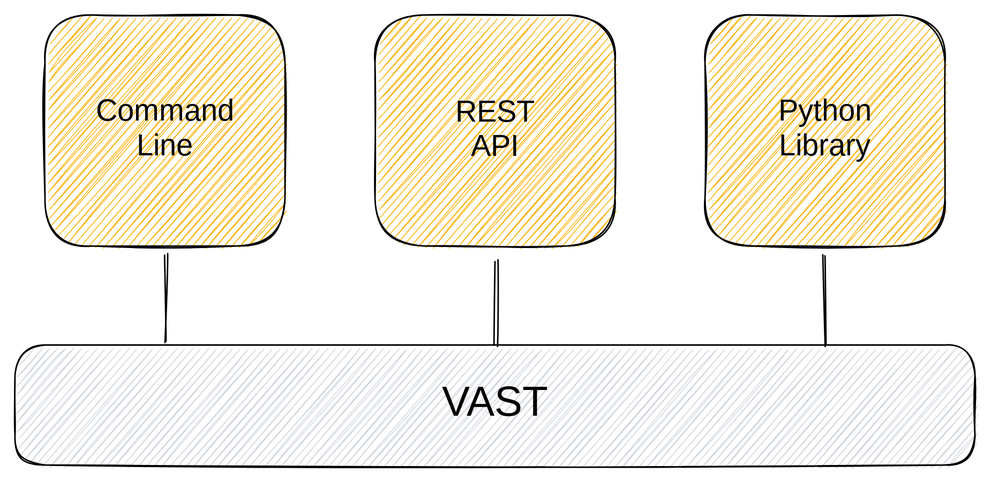
Above: web/docs/use/interfaces.excalidraw.svg in tenzir/tenzir (Excalidraw), before the change. Source tidied: one line per element, renumbered; positions are measured from the earlier drawing's top-left corner, leaving out a move shared by most shapes. Source of this version:
```json
{"id": 0, "type": "rectangle", "strokeColor": "#000000", "backgroundColor": "#ced4da", "fillStyle": "hachure", "strokeWidth": 1, "roughness": 1, "round": true, "x": 0, "y": 220, "width": 640, "height": 80}
{"id": 1, "type": "text", "text": "VAST", "strokeColor": "#000000", "backgroundColor": "#ced4da", "fillStyle": "hachure", "strokeWidth": 1, "roughness": 1, "fontSize": 28, "fontFamily": 1, "textAlign": "center", "verticalAlign": "middle", "inside": 0, "x": 283, "y": 242, "width": 74, "height": 36}
{"id": 2, "type": "arrow", "strokeColor": "#000000", "backgroundColor": "#fab005", "fillStyle": "hachure", "strokeWidth": 1, "roughness": 1, "round": true, "from": 5, "to": 0, "x": 100, "y": 160, "width": 0, "height": 58, "points": [[0, 0], [0, 58]]}
{"id": 3, "type": "arrow", "strokeColor": "#000000", "backgroundColor": "#fab005", "fillStyle": "hachure", "strokeWidth": 1, "roughness": 1, "round": true, "from": 7, "x": 320, "y": 165, "width": 0, "height": 56, "points": [[0, 0], [0, 56]]}
{"id": 4, "type": "arrow", "strokeColor": "#000000", "backgroundColor": "#fab005", "fillStyle": "hachure", "strokeWidth": 1, "roughness": 1, "round": true, "from": 9, "to": 0, "x": 540, "y": 160, "width": 0, "height": 60, "points": [[0, 0], [0, 60]]}
{"id": 5, "type": "rectangle", "strokeColor": "#000000", "backgroundColor": "#fab005", "fillStyle": "hachure", "strokeWidth": 1, "roughness": 1, "round": true, "x": 20, "y": 0, "width": 160, "height": 154}
{"id": 6, "type": "text", "text": "Command\nLine", "strokeColor": "#000000", "backgroundColor": "#ced4da", "fillStyle": "hachure", "strokeWidth": 1, "roughness": 1, "fontSize": 20, "fontFamily": 1, "textAlign": "center", "verticalAlign": "middle", "inside": 5, "x": 58, "y": 54, "width": 84, "height": 46}
{"id": 7, "type": "rectangle", "strokeColor": "#000000", "backgroundColor": "#fab005", "fillStyle": "hachure", "strokeWidth": 1, "roughness": 1, "round": true, "x": 240, "y": 0, "width": 160, "height": 154}
{"id": 8, "type": "text", "text": "REST\nAPI", "strokeColor": "#000000", "backgroundColor": "#ced4da", "fillStyle": "hachure", "strokeWidth": 1, "roughness": 1, "fontSize": 20, "fontFamily": 1, "textAlign": "center", "verticalAlign": "middle", "inside": 7, "x": 292, "y": 54, "width": 56, "height": 46}
{"id": 9, "type": "rectangle", "strokeColor": "#000000", "backgroundColor": "#fab005", "fillStyle": "hachure", "strokeWidth": 1, "roughness": 1, "round": true, "x": 460, "y": 0, "width": 160, "height": 154}
{"id": 10, "type": "text", "text": "Python\nLibrary", "strokeColor": "#000000", "backgroundColor": "#ced4da", "fillStyle": "hachure", "strokeWidth": 1, "roughness": 1, "fontSize": 20, "fontFamily": 1, "textAlign": "center", "verticalAlign": "middle", "inside": 9, "x": 506, "y": 54, "width": 68, "height": 46}
```
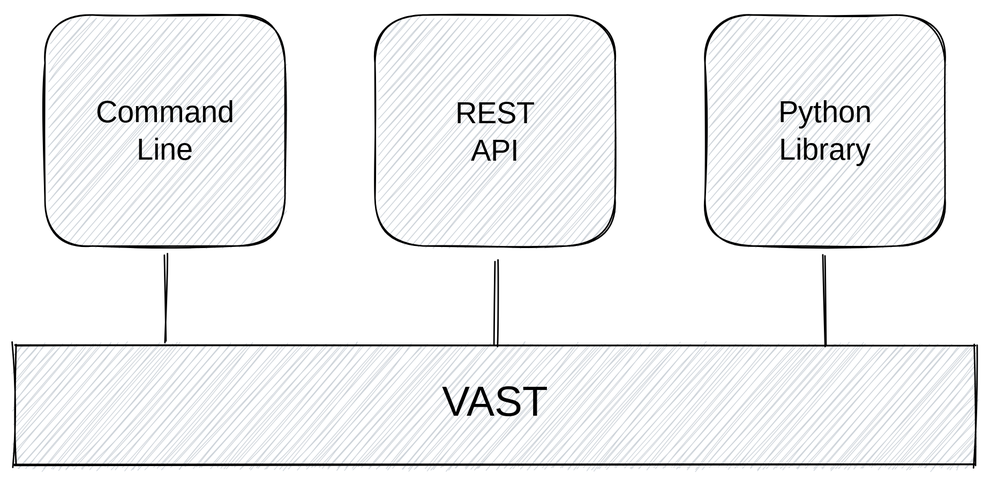
The same diagram one commit later.

Commit message:
Remove color from UI overview diagram

What changed in the source:
```diff
@@ -1,11 +1,11 @@
-{"id": 0, "type": "rectangle", "strokeColor": "#000000", "backgroundColor": "#ced4da", "fillStyle": "hachure", "strokeWidth": 1, "roughness": 1, "round": true, "x": 0, "y": 220, "width": 640, "height": 80}
+{"id": 0, "type": "rectangle", "strokeColor": "#000000", "backgroundColor": "#ced4da", "fillStyle": "hachure", "strokeWidth": 1, "roughness": 1, "x": 0, "y": 220, "width": 640, "height": 80}
 {"id": 1, "type": "text", "text": "VAST", "strokeColor": "#000000", "backgroundColor": "#ced4da", "fillStyle": "hachure", "strokeWidth": 1, "roughness": 1, "fontSize": 28, "fontFamily": 1, "textAlign": "center", "verticalAlign": "middle", "inside": 0, "x": 283, "y": 242, "width": 74, "height": 36}
 {"id": 2, "type": "arrow", "strokeColor": "#000000", "backgroundColor": "#fab005", "fillStyle": "hachure", "strokeWidth": 1, "roughness": 1, "round": true, "from": 5, "to": 0, "x": 100, "y": 160, "width": 0, "height": 58, "points": [[0, 0], [0, 58]]}
 {"id": 3, "type": "arrow", "strokeColor": "#000000", "backgroundColor": "#fab005", "fillStyle": "hachure", "strokeWidth": 1, "roughness": 1, "round": true, "from": 7, "x": 320, "y": 165, "width": 0, "height": 56, "points": [[0, 0], [0, 56]]}
 {"id": 4, "type": "arrow", "strokeColor": "#000000", "backgroundColor": "#fab005", "fillStyle": "hachure", "strokeWidth": 1, "roughness": 1, "round": true, "from": 9, "to": 0, "x": 540, "y": 160, "width": 0, "height": 60, "points": [[0, 0], [0, 60]]}
-{"id": 5, "type": "rectangle", "strokeColor": "#000000", "backgroundColor": "#fab005", "fillStyle": "hachure", "strokeWidth": 1, "roughness": 1, "round": true, "x": 20, "y": 0, "width": 160, "height": 154}
+{"id": 5, "type": "rectangle", "strokeColor": "#000000", "backgroundColor": "#ced4da", "fillStyle": "hachure", "strokeWidth": 1, "roughness": 1, "round": true, "x": 20, "y": 0, "width": 160, "height": 154}
-{"id": 6, "type": "text", "text": "Command\nLine", "strokeColor": "#000000", "backgroundColor": "#ced4da", "fillStyle": "hachure", "strokeWidth": 1, "roughness": 1, "fontSize": 20, "fontFamily": 1, "textAlign": "center", "verticalAlign": "middle", "inside": 5, "x": 58, "y": 54, "width": 84, "height": 46}
+{"id": 6, "type": "text", "text": "Command\nLine", "strokeColor": "#000000", "backgroundColor": "#ced4da", "fillStyle": "hachure", "strokeWidth": 1, "roughness": 1, "fontSize": 20, "fontFamily": 1, "textAlign": "center", "verticalAlign": "middle", "inside": 5, "x": 58, "y": 54, "width": 84, "height": 50}
-{"id": 7, "type": "rectangle", "strokeColor": "#000000", "backgroundColor": "#fab005", "fillStyle": "hachure", "strokeWidth": 1, "roughness": 1, "round": true, "x": 240, "y": 0, "width": 160, "height": 154}
+{"id": 7, "type": "rectangle", "strokeColor": "#000000", "backgroundColor": "#ced4da", "fillStyle": "hachure", "strokeWidth": 1, "roughness": 1, "round": true, "x": 240, "y": 0, "width": 160, "height": 154}
-{"id": 8, "type": "text", "text": "REST\nAPI", "strokeColor": "#000000", "backgroundColor": "#ced4da", "fillStyle": "hachure", "strokeWidth": 1, "roughness": 1, "fontSize": 20, "fontFamily": 1, "textAlign": "center", "verticalAlign": "middle", "inside": 7, "x": 292, "y": 54, "width": 56, "height": 46}
+{"id": 8, "type": "text", "text": "REST\nAPI", "strokeColor": "#000000", "backgroundColor": "#ced4da", "fillStyle": "hachure", "strokeWidth": 1, "roughness": 1, "fontSize": 20, "fontFamily": 1, "textAlign": "center", "verticalAlign": "middle", "inside": 7, "x": 292, "y": 54, "width": 56, "height": 50}
-{"id": 9, "type": "rectangle", "strokeColor": "#000000", "backgroundColor": "#fab005", "fillStyle": "hachure", "strokeWidth": 1, "roughness": 1, "round": true, "x": 460, "y": 0, "width": 160, "height": 154}
+{"id": 9, "type": "rectangle", "strokeColor": "#000000", "backgroundColor": "#ced4da", "fillStyle": "hachure", "strokeWidth": 1, "roughness": 1, "round": true, "x": 460, "y": 0, "width": 160, "height": 154}
-{"id": 10, "type": "text", "text": "Python\nLibrary", "strokeColor": "#000000", "backgroundColor": "#ced4da", "fillStyle": "hachure", "strokeWidth": 1, "roughness": 1, "fontSize": 20, "fontFamily": 1, "textAlign": "center", "verticalAlign": "middle", "inside": 9, "x": 506, "y": 54, "width": 68, "height": 46}
+{"id": 10, "type": "text", "text": "Python\nLibrary", "strokeColor": "#000000", "backgroundColor": "#ced4da", "fillStyle": "hachure", "strokeWidth": 1, "roughness": 1, "fontSize": 20, "fontFamily": 1, "textAlign": "center", "verticalAlign": "middle", "inside": 9, "x": 506, "y": 54, "width": 68, "height": 50}
```
